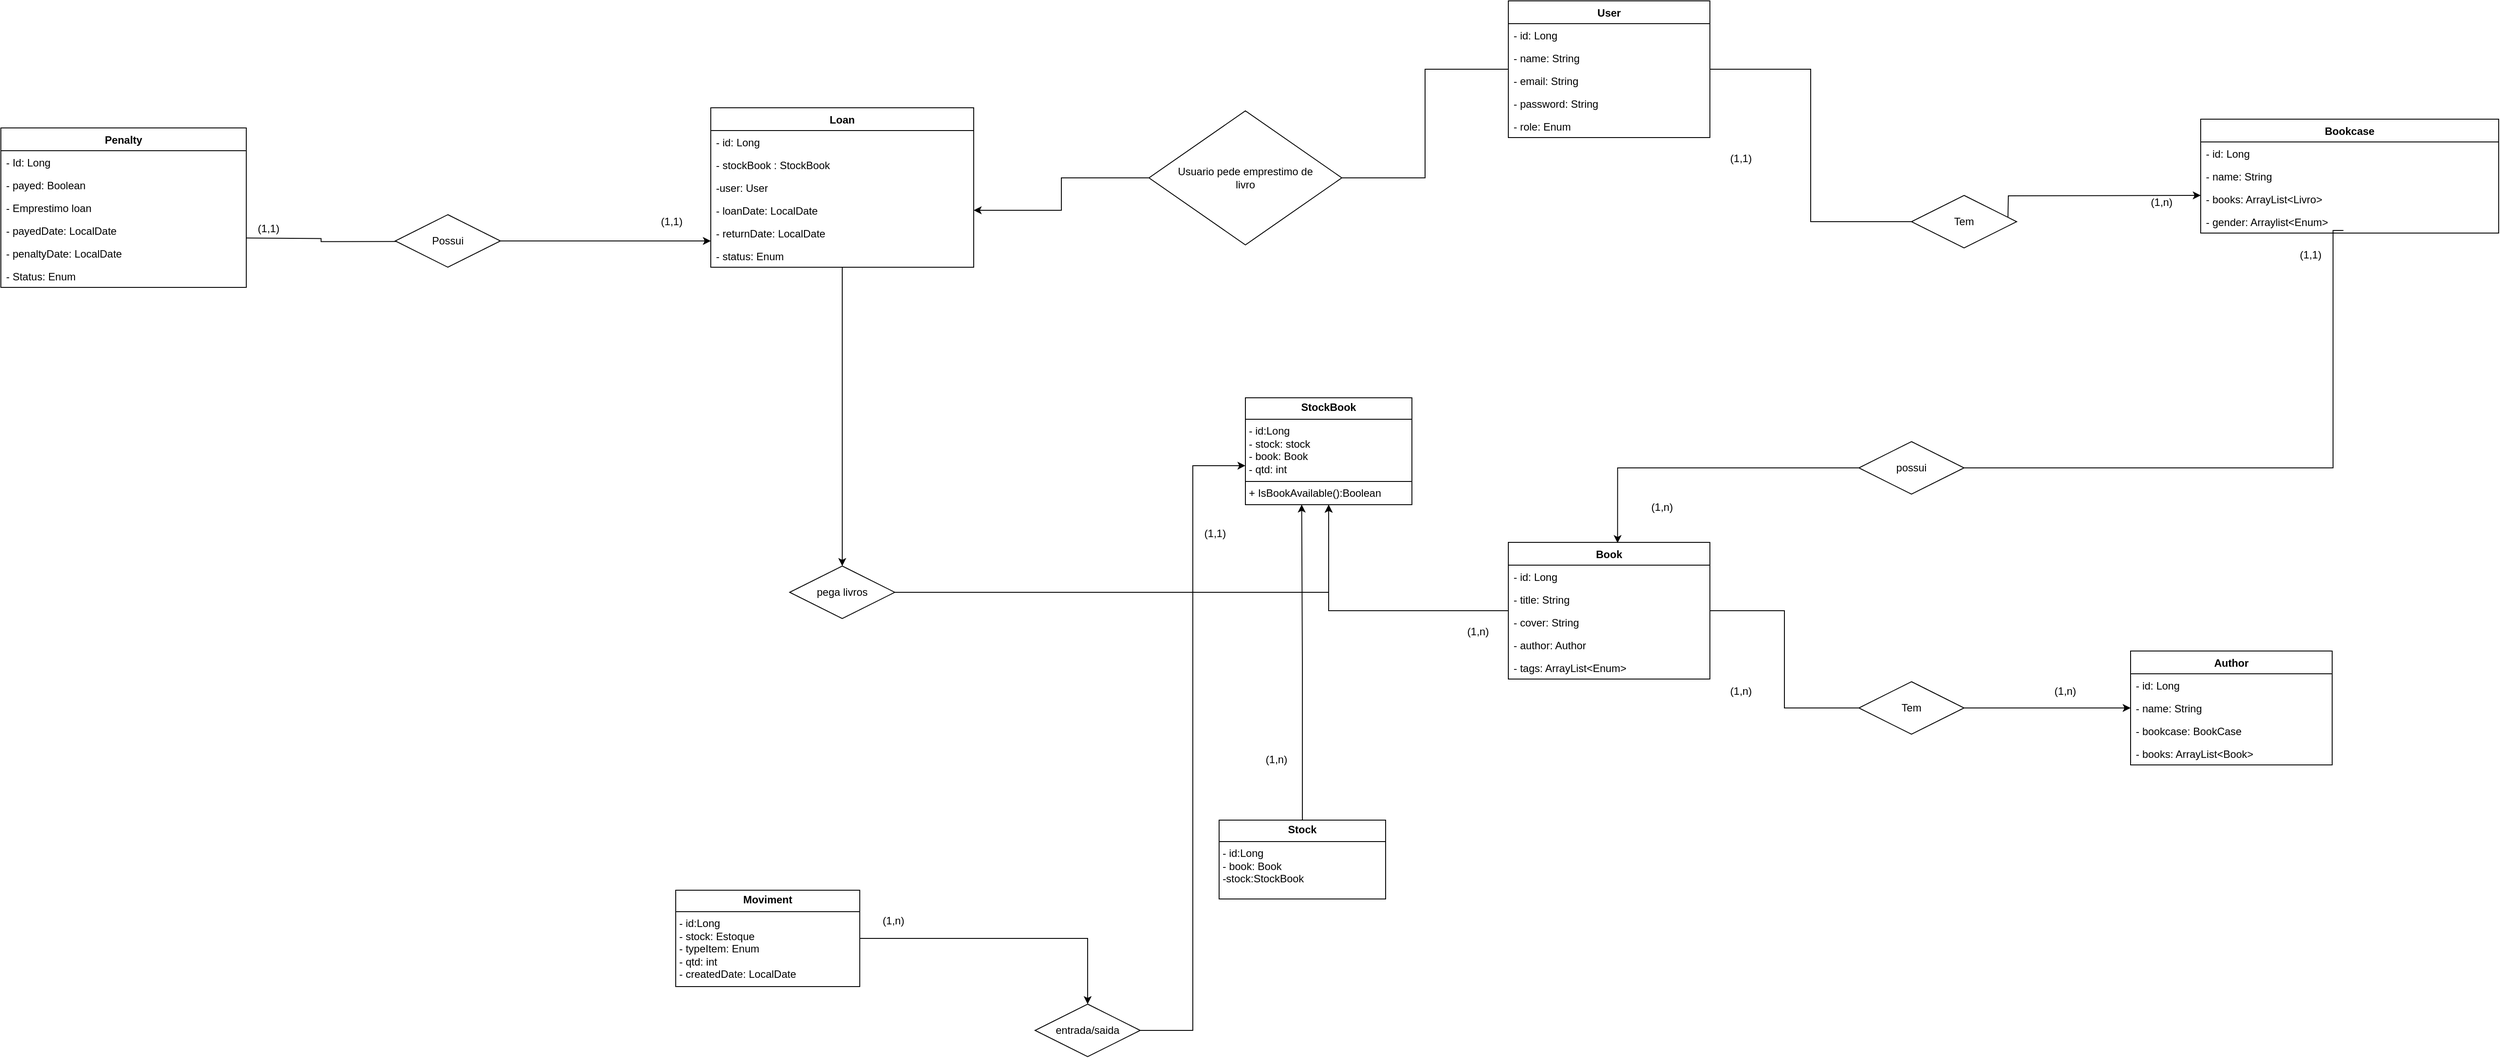
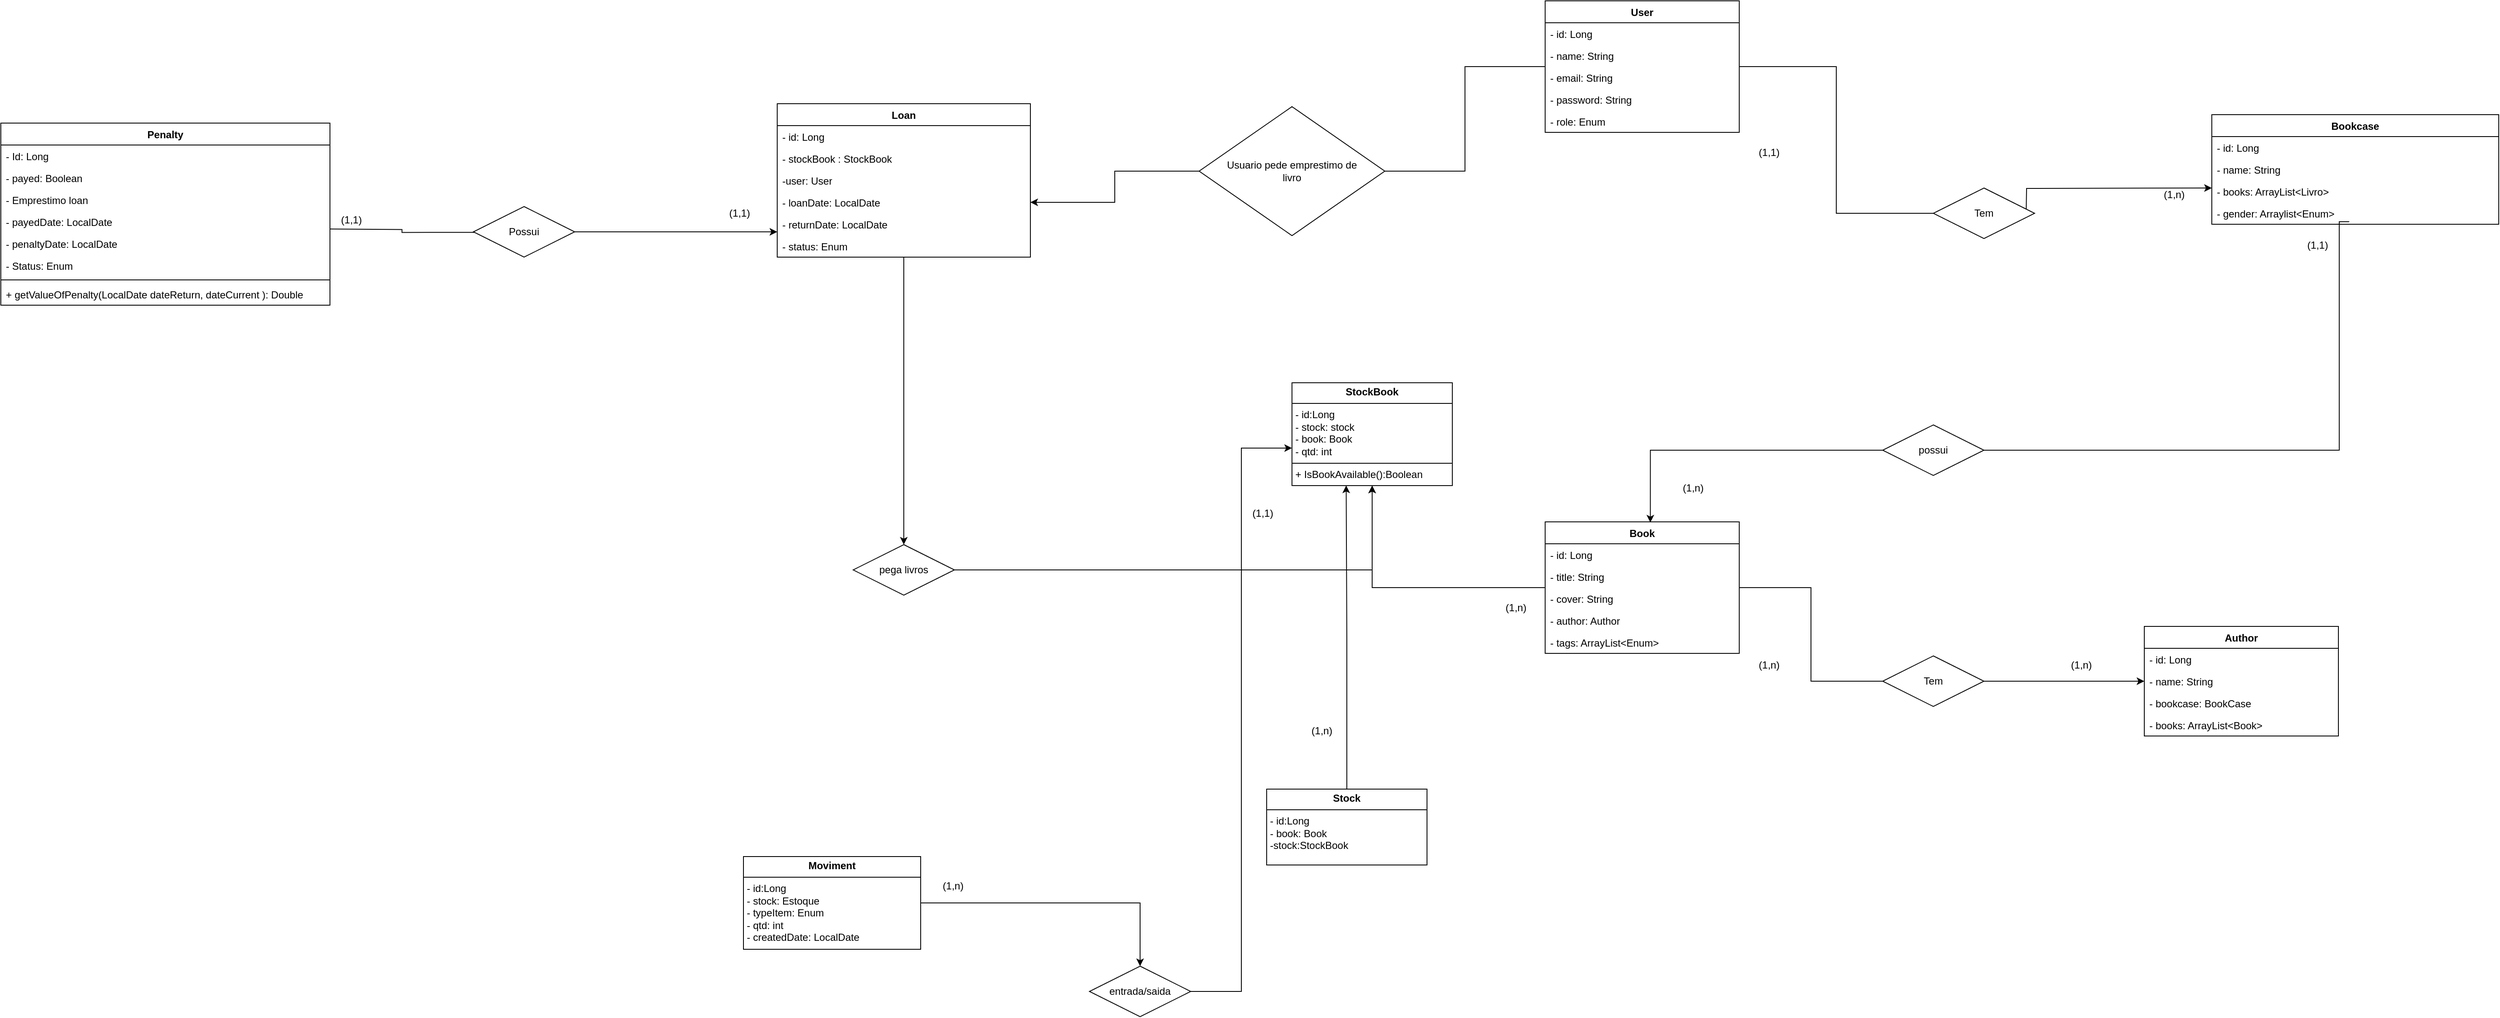
<mxfile host="Electron" agent="Mozilla/5.0 (X11; Linux x86_64) AppleWebKit/537.36 (KHTML, like Gecko) draw.io/28.2.5 Chrome/138.0.7204.251 Electron/37.6.1 Safari/537.36" version="28.2.5">
  <diagram name="Página-1" id="Kx7T9UcbU51RKCMPcttM">
-     <mxGraphModel dx="3733" dy="1780" grid="1" gridSize="10" guides="1" tooltips="1" connect="1" arrows="1" fold="1" page="1" pageScale="1" pageWidth="1169" pageHeight="827" math="0" shadow="0">
+     <mxGraphModel dx="2812" dy="1151" grid="1" gridSize="10" guides="1" tooltips="1" connect="1" arrows="1" fold="1" page="1" pageScale="1" pageWidth="1169" pageHeight="827" math="0" shadow="0">
      <root>
        <mxCell id="0" />
        <mxCell id="1" parent="0" />
        <mxCell id="uXCx0sb0L0lpM-7Oejf6-9" style="edgeStyle=orthogonalEdgeStyle;rounded=0;orthogonalLoop=1;jettySize=auto;html=1;endArrow=none;endFill=0;entryX=0;entryY=0.5;entryDx=0;entryDy=0;" parent="1" source="KmSjKLGz71K4W9qImJ2B-2" target="VC9RXPg_d_1Dh3A2mj1C-4" edge="1">
          <mxGeometry relative="1" as="geometry">
            <mxPoint x="640" y="-2.9999999999997726" as="targetPoint" />
          </mxGeometry>
        </mxCell>
        <mxCell id="VC9RXPg_d_1Dh3A2mj1C-3" style="edgeStyle=orthogonalEdgeStyle;rounded=0;orthogonalLoop=1;jettySize=auto;html=1;entryX=1;entryY=0.5;entryDx=0;entryDy=0;endArrow=none;endFill=0;" parent="1" source="KmSjKLGz71K4W9qImJ2B-2" target="VC9RXPg_d_1Dh3A2mj1C-1" edge="1">
          <mxGeometry relative="1" as="geometry" />
        </mxCell>
        <mxCell id="KmSjKLGz71K4W9qImJ2B-2" value="User" style="swimlane;fontStyle=1;align=center;verticalAlign=top;childLayout=stackLayout;horizontal=1;startSize=26;horizontalStack=0;resizeParent=1;resizeParentMax=0;resizeLast=0;collapsible=1;marginBottom=0;whiteSpace=wrap;html=1;" parent="1" vertex="1">
          <mxGeometry x="160" y="-255" width="230" height="156" as="geometry" />
        </mxCell>
        <mxCell id="KmSjKLGz71K4W9qImJ2B-3" value="- id: Long" style="text;strokeColor=none;fillColor=none;align=left;verticalAlign=top;spacingLeft=4;spacingRight=4;overflow=hidden;rotatable=0;points=[[0,0.5],[1,0.5]];portConstraint=eastwest;whiteSpace=wrap;html=1;" parent="KmSjKLGz71K4W9qImJ2B-2" vertex="1">
          <mxGeometry y="26" width="230" height="26" as="geometry" />
        </mxCell>
        <mxCell id="KmSjKLGz71K4W9qImJ2B-6" value="- name: String" style="text;strokeColor=none;fillColor=none;align=left;verticalAlign=top;spacingLeft=4;spacingRight=4;overflow=hidden;rotatable=0;points=[[0,0.5],[1,0.5]];portConstraint=eastwest;whiteSpace=wrap;html=1;" parent="KmSjKLGz71K4W9qImJ2B-2" vertex="1">
          <mxGeometry y="52" width="230" height="26" as="geometry" />
        </mxCell>
        <mxCell id="KmSjKLGz71K4W9qImJ2B-7" value="- email: String" style="text;strokeColor=none;fillColor=none;align=left;verticalAlign=top;spacingLeft=4;spacingRight=4;overflow=hidden;rotatable=0;points=[[0,0.5],[1,0.5]];portConstraint=eastwest;whiteSpace=wrap;html=1;" parent="KmSjKLGz71K4W9qImJ2B-2" vertex="1">
          <mxGeometry y="78" width="230" height="26" as="geometry" />
        </mxCell>
        <mxCell id="KmSjKLGz71K4W9qImJ2B-8" value="- password: String" style="text;strokeColor=none;fillColor=none;align=left;verticalAlign=top;spacingLeft=4;spacingRight=4;overflow=hidden;rotatable=0;points=[[0,0.5],[1,0.5]];portConstraint=eastwest;whiteSpace=wrap;html=1;" parent="KmSjKLGz71K4W9qImJ2B-2" vertex="1">
          <mxGeometry y="104" width="230" height="26" as="geometry" />
        </mxCell>
        <mxCell id="KmSjKLGz71K4W9qImJ2B-9" value="- role: Enum" style="text;strokeColor=none;fillColor=none;align=left;verticalAlign=top;spacingLeft=4;spacingRight=4;overflow=hidden;rotatable=0;points=[[0,0.5],[1,0.5]];portConstraint=eastwest;whiteSpace=wrap;html=1;" parent="KmSjKLGz71K4W9qImJ2B-2" vertex="1">
          <mxGeometry y="130" width="230" height="26" as="geometry" />
        </mxCell>
        <mxCell id="uXCx0sb0L0lpM-7Oejf6-8" style="edgeStyle=orthogonalEdgeStyle;rounded=0;orthogonalLoop=1;jettySize=auto;html=1;entryX=0;entryY=0.5;entryDx=0;entryDy=0;endArrow=none;endFill=0;" parent="1" source="KmSjKLGz71K4W9qImJ2B-35" target="VC9RXPg_d_1Dh3A2mj1C-8" edge="1">
          <mxGeometry relative="1" as="geometry">
            <mxPoint x="520" y="552" as="targetPoint" />
          </mxGeometry>
        </mxCell>
        <mxCell id="KmSjKLGz71K4W9qImJ2B-35" value="Book" style="swimlane;fontStyle=1;align=center;verticalAlign=top;childLayout=stackLayout;horizontal=1;startSize=26;horizontalStack=0;resizeParent=1;resizeParentMax=0;resizeLast=0;collapsible=1;marginBottom=0;whiteSpace=wrap;html=1;" parent="1" vertex="1">
          <mxGeometry x="160" y="363" width="230" height="156" as="geometry" />
        </mxCell>
        <mxCell id="KmSjKLGz71K4W9qImJ2B-36" value="- id: Long" style="text;strokeColor=none;fillColor=none;align=left;verticalAlign=top;spacingLeft=4;spacingRight=4;overflow=hidden;rotatable=0;points=[[0,0.5],[1,0.5]];portConstraint=eastwest;whiteSpace=wrap;html=1;" parent="KmSjKLGz71K4W9qImJ2B-35" vertex="1">
          <mxGeometry y="26" width="230" height="26" as="geometry" />
        </mxCell>
        <mxCell id="KmSjKLGz71K4W9qImJ2B-38" value="- title: String" style="text;strokeColor=none;fillColor=none;align=left;verticalAlign=top;spacingLeft=4;spacingRight=4;overflow=hidden;rotatable=0;points=[[0,0.5],[1,0.5]];portConstraint=eastwest;whiteSpace=wrap;html=1;" parent="KmSjKLGz71K4W9qImJ2B-35" vertex="1">
          <mxGeometry y="52" width="230" height="26" as="geometry" />
        </mxCell>
        <mxCell id="KmSjKLGz71K4W9qImJ2B-39" value="- cover: String" style="text;strokeColor=none;fillColor=none;align=left;verticalAlign=top;spacingLeft=4;spacingRight=4;overflow=hidden;rotatable=0;points=[[0,0.5],[1,0.5]];portConstraint=eastwest;whiteSpace=wrap;html=1;" parent="KmSjKLGz71K4W9qImJ2B-35" vertex="1">
          <mxGeometry y="78" width="230" height="26" as="geometry" />
        </mxCell>
        <mxCell id="KmSjKLGz71K4W9qImJ2B-40" value="- author: Author" style="text;strokeColor=none;fillColor=none;align=left;verticalAlign=top;spacingLeft=4;spacingRight=4;overflow=hidden;rotatable=0;points=[[0,0.5],[1,0.5]];portConstraint=eastwest;whiteSpace=wrap;html=1;" parent="KmSjKLGz71K4W9qImJ2B-35" vertex="1">
          <mxGeometry y="104" width="230" height="26" as="geometry" />
        </mxCell>
        <mxCell id="KmSjKLGz71K4W9qImJ2B-139" value="- tags: ArrayList&amp;lt;Enum&amp;gt;" style="text;strokeColor=none;fillColor=none;align=left;verticalAlign=top;spacingLeft=4;spacingRight=4;overflow=hidden;rotatable=0;points=[[0,0.5],[1,0.5]];portConstraint=eastwest;whiteSpace=wrap;html=1;" parent="KmSjKLGz71K4W9qImJ2B-35" vertex="1">
          <mxGeometry y="130" width="230" height="26" as="geometry" />
        </mxCell>
        <mxCell id="KmSjKLGz71K4W9qImJ2B-64" value="Author" style="swimlane;fontStyle=1;align=center;verticalAlign=top;childLayout=stackLayout;horizontal=1;startSize=26;horizontalStack=0;resizeParent=1;resizeParentMax=0;resizeLast=0;collapsible=1;marginBottom=0;whiteSpace=wrap;html=1;" parent="1" vertex="1">
          <mxGeometry x="870" y="487" width="230" height="130" as="geometry" />
        </mxCell>
        <mxCell id="KmSjKLGz71K4W9qImJ2B-65" value="- id: Long" style="text;strokeColor=none;fillColor=none;align=left;verticalAlign=top;spacingLeft=4;spacingRight=4;overflow=hidden;rotatable=0;points=[[0,0.5],[1,0.5]];portConstraint=eastwest;whiteSpace=wrap;html=1;" parent="KmSjKLGz71K4W9qImJ2B-64" vertex="1">
          <mxGeometry y="26" width="230" height="26" as="geometry" />
        </mxCell>
        <mxCell id="KmSjKLGz71K4W9qImJ2B-66" value="- name: String" style="text;strokeColor=none;fillColor=none;align=left;verticalAlign=top;spacingLeft=4;spacingRight=4;overflow=hidden;rotatable=0;points=[[0,0.5],[1,0.5]];portConstraint=eastwest;whiteSpace=wrap;html=1;" parent="KmSjKLGz71K4W9qImJ2B-64" vertex="1">
          <mxGeometry y="52" width="230" height="26" as="geometry" />
        </mxCell>
        <mxCell id="KmSjKLGz71K4W9qImJ2B-149" value="- bookcase: BookCase" style="text;strokeColor=none;fillColor=none;align=left;verticalAlign=top;spacingLeft=4;spacingRight=4;overflow=hidden;rotatable=0;points=[[0,0.5],[1,0.5]];portConstraint=eastwest;whiteSpace=wrap;html=1;" parent="KmSjKLGz71K4W9qImJ2B-64" vertex="1">
          <mxGeometry y="78" width="230" height="26" as="geometry" />
        </mxCell>
        <mxCell id="uXCx0sb0L0lpM-7Oejf6-3" value="- books: ArrayList&amp;lt;Book&amp;gt;" style="text;strokeColor=none;fillColor=none;align=left;verticalAlign=top;spacingLeft=4;spacingRight=4;overflow=hidden;rotatable=0;points=[[0,0.5],[1,0.5]];portConstraint=eastwest;whiteSpace=wrap;html=1;" parent="KmSjKLGz71K4W9qImJ2B-64" vertex="1">
          <mxGeometry y="104" width="230" height="26" as="geometry" />
        </mxCell>
        <mxCell id="PvHk8i297DR5AhSMIYYh-8" style="edgeStyle=orthogonalEdgeStyle;rounded=0;orthogonalLoop=1;jettySize=auto;html=1;" parent="1" source="KmSjKLGz71K4W9qImJ2B-80" target="PvHk8i297DR5AhSMIYYh-9" edge="1">
          <mxGeometry relative="1" as="geometry">
            <mxPoint x="-600" y="389.9999999999998" as="targetPoint" />
          </mxGeometry>
        </mxCell>
        <mxCell id="KmSjKLGz71K4W9qImJ2B-80" value="Loan" style="swimlane;fontStyle=1;align=center;verticalAlign=top;childLayout=stackLayout;horizontal=1;startSize=26;horizontalStack=0;resizeParent=1;resizeParentMax=0;resizeLast=0;collapsible=1;marginBottom=0;whiteSpace=wrap;html=1;" parent="1" vertex="1">
          <mxGeometry x="-750" y="-133" width="300" height="182" as="geometry" />
        </mxCell>
        <mxCell id="KmSjKLGz71K4W9qImJ2B-81" value="- id: Long" style="text;strokeColor=none;fillColor=none;align=left;verticalAlign=top;spacingLeft=4;spacingRight=4;overflow=hidden;rotatable=0;points=[[0,0.5],[1,0.5]];portConstraint=eastwest;whiteSpace=wrap;html=1;" parent="KmSjKLGz71K4W9qImJ2B-80" vertex="1">
          <mxGeometry y="26" width="300" height="26" as="geometry" />
        </mxCell>
        <mxCell id="KmSjKLGz71K4W9qImJ2B-82" value="- stockBook : StockBook" style="text;strokeColor=none;fillColor=none;align=left;verticalAlign=top;spacingLeft=4;spacingRight=4;overflow=hidden;rotatable=0;points=[[0,0.5],[1,0.5]];portConstraint=eastwest;whiteSpace=wrap;html=1;" parent="KmSjKLGz71K4W9qImJ2B-80" vertex="1">
          <mxGeometry y="52" width="300" height="26" as="geometry" />
        </mxCell>
        <mxCell id="uXCx0sb0L0lpM-7Oejf6-6" value="-user: User" style="text;strokeColor=none;fillColor=none;align=left;verticalAlign=top;spacingLeft=4;spacingRight=4;overflow=hidden;rotatable=0;points=[[0,0.5],[1,0.5]];portConstraint=eastwest;whiteSpace=wrap;html=1;" parent="KmSjKLGz71K4W9qImJ2B-80" vertex="1">
          <mxGeometry y="78" width="300" height="26" as="geometry" />
        </mxCell>
        <mxCell id="KmSjKLGz71K4W9qImJ2B-84" value="- loanDate: LocalDate" style="text;strokeColor=none;fillColor=none;align=left;verticalAlign=top;spacingLeft=4;spacingRight=4;overflow=hidden;rotatable=0;points=[[0,0.5],[1,0.5]];portConstraint=eastwest;whiteSpace=wrap;html=1;" parent="KmSjKLGz71K4W9qImJ2B-80" vertex="1">
          <mxGeometry y="104" width="300" height="26" as="geometry" />
        </mxCell>
        <mxCell id="uXCx0sb0L0lpM-7Oejf6-5" value="- returnDate: LocalDate" style="text;strokeColor=none;fillColor=none;align=left;verticalAlign=top;spacingLeft=4;spacingRight=4;overflow=hidden;rotatable=0;points=[[0,0.5],[1,0.5]];portConstraint=eastwest;whiteSpace=wrap;html=1;" parent="KmSjKLGz71K4W9qImJ2B-80" vertex="1">
          <mxGeometry y="130" width="300" height="26" as="geometry" />
        </mxCell>
        <mxCell id="VC9RXPg_d_1Dh3A2mj1C-10" value="- status: Enum" style="text;strokeColor=none;fillColor=none;align=left;verticalAlign=top;spacingLeft=4;spacingRight=4;overflow=hidden;rotatable=0;points=[[0,0.5],[1,0.5]];portConstraint=eastwest;whiteSpace=wrap;html=1;" parent="KmSjKLGz71K4W9qImJ2B-80" vertex="1">
          <mxGeometry y="156" width="300" height="26" as="geometry" />
        </mxCell>
        <mxCell id="KmSjKLGz71K4W9qImJ2B-99" style="edgeStyle=orthogonalEdgeStyle;rounded=0;orthogonalLoop=1;jettySize=auto;html=1;exitX=1;exitY=0.5;exitDx=0;exitDy=0;" parent="1" source="VC9RXPg_d_1Dh3A2mj1C-8" target="KmSjKLGz71K4W9qImJ2B-64" edge="1">
          <mxGeometry relative="1" as="geometry">
            <mxPoint x="640" y="552" as="sourcePoint" />
          </mxGeometry>
        </mxCell>
        <mxCell id="KmSjKLGz71K4W9qImJ2B-100" value="(1,n)" style="text;html=1;align=center;verticalAlign=middle;resizable=0;points=[];autosize=1;strokeColor=none;fillColor=none;" parent="1" vertex="1">
          <mxGeometry x="400" y="518" width="50" height="30" as="geometry" />
        </mxCell>
        <mxCell id="uXCx0sb0L0lpM-7Oejf6-14" style="edgeStyle=orthogonalEdgeStyle;rounded=0;orthogonalLoop=1;jettySize=auto;html=1;entryX=1;entryY=0.5;entryDx=0;entryDy=0;endArrow=none;endFill=0;startArrow=classic;startFill=1;" parent="1" edge="1">
          <mxGeometry relative="1" as="geometry">
            <mxPoint x="950" y="-33" as="sourcePoint" />
            <mxPoint x="730" y="-3" as="targetPoint" />
          </mxGeometry>
        </mxCell>
        <mxCell id="VC9RXPg_d_1Dh3A2mj1C-12" style="edgeStyle=orthogonalEdgeStyle;rounded=0;orthogonalLoop=1;jettySize=auto;html=1;entryX=1;entryY=0.5;entryDx=0;entryDy=0;exitX=0.479;exitY=0.885;exitDx=0;exitDy=0;exitPerimeter=0;endArrow=none;endFill=0;" parent="1" source="KmSjKLGz71K4W9qImJ2B-155" target="VC9RXPg_d_1Dh3A2mj1C-11" edge="1">
          <mxGeometry relative="1" as="geometry">
            <Array as="points">
              <mxPoint x="1101" y="7" />
              <mxPoint x="1101" y="278" />
            </Array>
            <mxPoint x="1101.3000000000002" y="102.93399999999997" as="sourcePoint" />
            <mxPoint x="714.97" y="278" as="targetPoint" />
          </mxGeometry>
        </mxCell>
        <mxCell id="KmSjKLGz71K4W9qImJ2B-123" value="Bookcase" style="swimlane;fontStyle=1;align=center;verticalAlign=top;childLayout=stackLayout;horizontal=1;startSize=26;horizontalStack=0;resizeParent=1;resizeParentMax=0;resizeLast=0;collapsible=1;marginBottom=0;whiteSpace=wrap;html=1;" parent="1" vertex="1">
          <mxGeometry x="950" y="-120" width="340" height="130" as="geometry" />
        </mxCell>
        <mxCell id="KmSjKLGz71K4W9qImJ2B-124" value="- id: Long" style="text;strokeColor=none;fillColor=none;align=left;verticalAlign=top;spacingLeft=4;spacingRight=4;overflow=hidden;rotatable=0;points=[[0,0.5],[1,0.5]];portConstraint=eastwest;whiteSpace=wrap;html=1;" parent="KmSjKLGz71K4W9qImJ2B-123" vertex="1">
          <mxGeometry y="26" width="340" height="26" as="geometry" />
        </mxCell>
        <mxCell id="KmSjKLGz71K4W9qImJ2B-125" value="- name: String" style="text;strokeColor=none;fillColor=none;align=left;verticalAlign=top;spacingLeft=4;spacingRight=4;overflow=hidden;rotatable=0;points=[[0,0.5],[1,0.5]];portConstraint=eastwest;whiteSpace=wrap;html=1;" parent="KmSjKLGz71K4W9qImJ2B-123" vertex="1">
          <mxGeometry y="52" width="340" height="26" as="geometry" />
        </mxCell>
        <mxCell id="KmSjKLGz71K4W9qImJ2B-126" value="- books: ArrayList&amp;lt;Livro&amp;gt;" style="text;strokeColor=none;fillColor=none;align=left;verticalAlign=top;spacingLeft=4;spacingRight=4;overflow=hidden;rotatable=0;points=[[0,0.5],[1,0.5]];portConstraint=eastwest;whiteSpace=wrap;html=1;" parent="KmSjKLGz71K4W9qImJ2B-123" vertex="1">
          <mxGeometry y="78" width="340" height="26" as="geometry" />
        </mxCell>
        <mxCell id="KmSjKLGz71K4W9qImJ2B-155" value="- gender: Arraylist&amp;lt;Enum&amp;gt;" style="text;strokeColor=none;fillColor=none;align=left;verticalAlign=top;spacingLeft=4;spacingRight=4;overflow=hidden;rotatable=0;points=[[0,0.5],[1,0.5]];portConstraint=eastwest;whiteSpace=wrap;html=1;" parent="KmSjKLGz71K4W9qImJ2B-123" vertex="1">
          <mxGeometry y="104" width="340" height="26" as="geometry" />
        </mxCell>
        <mxCell id="KmSjKLGz71K4W9qImJ2B-171" value="(1,1)" style="text;html=1;align=center;verticalAlign=middle;resizable=0;points=[];autosize=1;strokeColor=none;fillColor=none;" parent="1" vertex="1">
          <mxGeometry x="400" y="-90" width="50" height="30" as="geometry" />
        </mxCell>
        <mxCell id="KmSjKLGz71K4W9qImJ2B-172" value="(1,n)" style="text;html=1;align=center;verticalAlign=middle;resizable=0;points=[];autosize=1;strokeColor=none;fillColor=none;" parent="1" vertex="1">
          <mxGeometry x="880" y="-40" width="50" height="30" as="geometry" />
        </mxCell>
        <mxCell id="KmSjKLGz71K4W9qImJ2B-173" value="(1,n)" style="text;html=1;align=center;verticalAlign=middle;resizable=0;points=[];autosize=1;strokeColor=none;fillColor=none;" parent="1" vertex="1">
          <mxGeometry x="770" y="518" width="50" height="30" as="geometry" />
        </mxCell>
        <mxCell id="VC9RXPg_d_1Dh3A2mj1C-2" style="edgeStyle=orthogonalEdgeStyle;rounded=0;orthogonalLoop=1;jettySize=auto;html=1;entryX=1;entryY=0.5;entryDx=0;entryDy=0;" parent="1" source="VC9RXPg_d_1Dh3A2mj1C-1" target="KmSjKLGz71K4W9qImJ2B-84" edge="1">
          <mxGeometry relative="1" as="geometry" />
        </mxCell>
        <mxCell id="VC9RXPg_d_1Dh3A2mj1C-1" value="Usuario pede emprestimo de&lt;div&gt;livro&lt;/div&gt;" style="shape=rhombus;perimeter=rhombusPerimeter;whiteSpace=wrap;html=1;align=center;" parent="1" vertex="1">
          <mxGeometry x="-250" y="-129.5" width="220" height="153" as="geometry" />
        </mxCell>
        <mxCell id="VC9RXPg_d_1Dh3A2mj1C-4" value="Tem" style="shape=rhombus;perimeter=rhombusPerimeter;whiteSpace=wrap;html=1;align=center;" parent="1" vertex="1">
          <mxGeometry x="620" y="-33" width="120" height="60" as="geometry" />
        </mxCell>
        <mxCell id="VC9RXPg_d_1Dh3A2mj1C-8" value="Tem" style="shape=rhombus;perimeter=rhombusPerimeter;whiteSpace=wrap;html=1;align=center;" parent="1" vertex="1">
          <mxGeometry x="560" y="522" width="120" height="60" as="geometry" />
        </mxCell>
        <mxCell id="VC9RXPg_d_1Dh3A2mj1C-11" value="possui" style="shape=rhombus;perimeter=rhombusPerimeter;whiteSpace=wrap;html=1;align=center;" parent="1" vertex="1">
          <mxGeometry x="560" y="248" width="120" height="60" as="geometry" />
        </mxCell>
        <mxCell id="VC9RXPg_d_1Dh3A2mj1C-13" style="edgeStyle=orthogonalEdgeStyle;rounded=0;orthogonalLoop=1;jettySize=auto;html=1;entryX=0.542;entryY=0.005;entryDx=0;entryDy=0;entryPerimeter=0;" parent="1" source="VC9RXPg_d_1Dh3A2mj1C-11" target="KmSjKLGz71K4W9qImJ2B-35" edge="1">
          <mxGeometry relative="1" as="geometry" />
        </mxCell>
        <mxCell id="VC9RXPg_d_1Dh3A2mj1C-14" value="(1,1)" style="text;html=1;align=center;verticalAlign=middle;resizable=0;points=[];autosize=1;strokeColor=none;fillColor=none;" parent="1" vertex="1">
          <mxGeometry x="1050" y="20" width="50" height="30" as="geometry" />
        </mxCell>
        <mxCell id="VC9RXPg_d_1Dh3A2mj1C-15" value="(1,n)" style="text;html=1;align=center;verticalAlign=middle;resizable=0;points=[];autosize=1;strokeColor=none;fillColor=none;" parent="1" vertex="1">
          <mxGeometry x="310" y="308" width="50" height="30" as="geometry" />
        </mxCell>
        <mxCell id="VC9RXPg_d_1Dh3A2mj1C-20" value="&lt;p style=&quot;margin:0px;margin-top:4px;text-align:center;&quot;&gt;&lt;b&gt;Stock&lt;/b&gt;&lt;/p&gt;&lt;hr size=&quot;1&quot; style=&quot;border-style:solid;&quot;&gt;&lt;p style=&quot;margin:0px;margin-left:4px;&quot;&gt;- id:Long&lt;/p&gt;&lt;p style=&quot;margin:0px;margin-left:4px;&quot;&gt;- book: Book&lt;/p&gt;&lt;p style=&quot;margin:0px;margin-left:4px;&quot;&gt;-stock:StockBook&lt;/p&gt;&lt;p style=&quot;margin:0px;margin-left:4px;&quot;&gt;&lt;br&gt;&lt;/p&gt;" style="verticalAlign=top;align=left;overflow=fill;html=1;whiteSpace=wrap;" parent="1" vertex="1">
          <mxGeometry x="-170" y="680" width="190" height="90" as="geometry" />
        </mxCell>
        <mxCell id="-JATr5RUl8CMmcubA7B9-1" style="edgeStyle=orthogonalEdgeStyle;rounded=0;orthogonalLoop=1;jettySize=auto;html=1;entryX=0.025;entryY=0.511;entryDx=0;entryDy=0;entryPerimeter=0;endArrow=none;endFill=0;exitX=0.999;exitY=0.458;exitDx=0;exitDy=0;exitPerimeter=0;" parent="1" target="-JATr5RUl8CMmcubA7B9-2" edge="1">
          <mxGeometry relative="1" as="geometry">
            <mxPoint x="-1280.2799999999997" y="15.663999999999987" as="sourcePoint" />
            <mxPoint x="-1093.04" y="39.31000000000008" as="targetPoint" />
          </mxGeometry>
        </mxCell>
        <mxCell id="VC9RXPg_d_1Dh3A2mj1C-41" value="Penalty" style="swimlane;fontStyle=1;align=center;verticalAlign=top;childLayout=stackLayout;horizontal=1;startSize=26;horizontalStack=0;resizeParent=1;resizeParentMax=0;resizeLast=0;collapsible=1;marginBottom=0;whiteSpace=wrap;html=1;" parent="1" vertex="1">
-           <mxGeometry x="-1560" y="-110" width="280" height="182" as="geometry" />
+           <mxGeometry x="-1670" y="-110" width="390" height="216" as="geometry" />
        </mxCell>
        <mxCell id="VC9RXPg_d_1Dh3A2mj1C-42" value="- Id: Long" style="text;strokeColor=none;fillColor=none;align=left;verticalAlign=top;spacingLeft=4;spacingRight=4;overflow=hidden;rotatable=0;points=[[0,0.5],[1,0.5]];portConstraint=eastwest;whiteSpace=wrap;html=1;" parent="VC9RXPg_d_1Dh3A2mj1C-41" vertex="1">
-           <mxGeometry y="26" width="280" height="26" as="geometry" />
+           <mxGeometry y="26" width="390" height="26" as="geometry" />
        </mxCell>
        <mxCell id="VC9RXPg_d_1Dh3A2mj1C-47" value="- payed: Boolean" style="text;strokeColor=none;fillColor=none;align=left;verticalAlign=top;spacingLeft=4;spacingRight=4;overflow=hidden;rotatable=0;points=[[0,0.5],[1,0.5]];portConstraint=eastwest;whiteSpace=wrap;html=1;" parent="VC9RXPg_d_1Dh3A2mj1C-41" vertex="1">
-           <mxGeometry y="52" width="280" height="26" as="geometry" />
+           <mxGeometry y="52" width="390" height="26" as="geometry" />
        </mxCell>
        <mxCell id="VC9RXPg_d_1Dh3A2mj1C-51" value="- Emprestimo loan" style="text;strokeColor=none;fillColor=none;align=left;verticalAlign=top;spacingLeft=4;spacingRight=4;overflow=hidden;rotatable=0;points=[[0,0.5],[1,0.5]];portConstraint=eastwest;whiteSpace=wrap;html=1;" parent="VC9RXPg_d_1Dh3A2mj1C-41" vertex="1">
-           <mxGeometry y="78" width="280" height="26" as="geometry" />
+           <mxGeometry y="78" width="390" height="26" as="geometry" />
        </mxCell>
        <mxCell id="VC9RXPg_d_1Dh3A2mj1C-48" value="- payedDate: LocalDate" style="text;strokeColor=none;fillColor=none;align=left;verticalAlign=top;spacingLeft=4;spacingRight=4;overflow=hidden;rotatable=0;points=[[0,0.5],[1,0.5]];portConstraint=eastwest;whiteSpace=wrap;html=1;" parent="VC9RXPg_d_1Dh3A2mj1C-41" vertex="1">
-           <mxGeometry y="104" width="280" height="26" as="geometry" />
+           <mxGeometry y="104" width="390" height="26" as="geometry" />
        </mxCell>
        <mxCell id="dsXsR4ag7PACNrRJgRpK-23" value="- penaltyDate: LocalDate" style="text;strokeColor=none;fillColor=none;align=left;verticalAlign=top;spacingLeft=4;spacingRight=4;overflow=hidden;rotatable=0;points=[[0,0.5],[1,0.5]];portConstraint=eastwest;whiteSpace=wrap;html=1;" parent="VC9RXPg_d_1Dh3A2mj1C-41" vertex="1">
-           <mxGeometry y="130" width="280" height="26" as="geometry" />
+           <mxGeometry y="130" width="390" height="26" as="geometry" />
        </mxCell>
        <mxCell id="dsXsR4ag7PACNrRJgRpK-22" value="- Status: Enum" style="text;strokeColor=none;fillColor=none;align=left;verticalAlign=top;spacingLeft=4;spacingRight=4;overflow=hidden;rotatable=0;points=[[0,0.5],[1,0.5]];portConstraint=eastwest;whiteSpace=wrap;html=1;" parent="VC9RXPg_d_1Dh3A2mj1C-41" vertex="1">
-           <mxGeometry y="156" width="280" height="26" as="geometry" />
+           <mxGeometry y="156" width="390" height="26" as="geometry" />
+         </mxCell>
+         <mxCell id="6iNbJVJ5Qob1jbJwWPFE-8" value="" style="line;strokeWidth=1;fillColor=none;align=left;verticalAlign=middle;spacingTop=-1;spacingLeft=3;spacingRight=3;rotatable=0;labelPosition=right;points=[];portConstraint=eastwest;strokeColor=inherit;" vertex="1" parent="VC9RXPg_d_1Dh3A2mj1C-41">
+           <mxGeometry y="182" width="390" height="8" as="geometry" />
+         </mxCell>
+         <mxCell id="6iNbJVJ5Qob1jbJwWPFE-9" value="+ getValueOfPenalty(LocalDate dateReturn, dateCurrent ): Double" style="text;strokeColor=none;fillColor=none;align=left;verticalAlign=top;spacingLeft=4;spacingRight=4;overflow=hidden;rotatable=0;points=[[0,0.5],[1,0.5]];portConstraint=eastwest;whiteSpace=wrap;html=1;" vertex="1" parent="VC9RXPg_d_1Dh3A2mj1C-41">
+           <mxGeometry y="190" width="390" height="26" as="geometry" />
        </mxCell>
        <mxCell id="dsXsR4ag7PACNrRJgRpK-7" style="edgeStyle=orthogonalEdgeStyle;rounded=0;orthogonalLoop=1;jettySize=auto;html=1;" parent="1" source="dsXsR4ag7PACNrRJgRpK-1" target="dsXsR4ag7PACNrRJgRpK-8" edge="1">
          <mxGeometry relative="1" as="geometry">
            <mxPoint x="-250" y="870" as="targetPoint" />
          </mxGeometry>
        </mxCell>
        <mxCell id="dsXsR4ag7PACNrRJgRpK-1" value="&lt;p style=&quot;margin:0px;margin-top:4px;text-align:center;&quot;&gt;&lt;b&gt;Moviment&lt;/b&gt;&lt;/p&gt;&lt;hr size=&quot;1&quot; style=&quot;border-style:solid;&quot;&gt;&lt;p style=&quot;margin:0px;margin-left:4px;&quot;&gt;- id:Long&lt;/p&gt;&lt;p style=&quot;margin:0px;margin-left:4px;&quot;&gt;- stock: Estoque&lt;/p&gt;&lt;p style=&quot;margin:0px;margin-left:4px;&quot;&gt;- typeItem: Enum&lt;/p&gt;&lt;p style=&quot;margin:0px;margin-left:4px;&quot;&gt;- qtd: int&lt;/p&gt;&lt;p style=&quot;margin:0px;margin-left:4px;&quot;&gt;&lt;span style=&quot;background-color: transparent; color: light-dark(rgb(0, 0, 0), rgb(255, 255, 255));&quot;&gt;- createdDate: LocalDate&lt;/span&gt;&lt;/p&gt;&lt;p style=&quot;margin:0px;margin-left:4px;&quot;&gt;&lt;br&gt;&lt;/p&gt;&lt;p style=&quot;margin:0px;margin-left:4px;&quot;&gt;&lt;br&gt;&lt;/p&gt;" style="verticalAlign=top;align=left;overflow=fill;html=1;whiteSpace=wrap;" parent="1" vertex="1">
          <mxGeometry x="-790" y="760" width="210" height="110" as="geometry" />
        </mxCell>
        <mxCell id="2" style="edgeStyle=none;html=1;" parent="1" edge="1">
          <mxGeometry relative="1" as="geometry">
            <mxPoint x="-600" y="520" as="targetPoint" />
          </mxGeometry>
        </mxCell>
        <mxCell id="dsXsR4ag7PACNrRJgRpK-6" value="(1,n)" style="text;html=1;align=center;verticalAlign=middle;resizable=0;points=[];autosize=1;strokeColor=none;fillColor=none;" parent="1" vertex="1">
          <mxGeometry x="-567.5" y="780" width="50" height="30" as="geometry" />
        </mxCell>
        <mxCell id="dsXsR4ag7PACNrRJgRpK-8" value="entrada/saida" style="shape=rhombus;perimeter=rhombusPerimeter;whiteSpace=wrap;html=1;align=center;" parent="1" vertex="1">
          <mxGeometry x="-380" y="890" width="120" height="60" as="geometry" />
        </mxCell>
        <mxCell id="dsXsR4ag7PACNrRJgRpK-9" style="edgeStyle=orthogonalEdgeStyle;rounded=0;orthogonalLoop=1;jettySize=auto;html=1;entryX=0;entryY=0.635;entryDx=0;entryDy=0;entryPerimeter=0;" parent="1" source="dsXsR4ag7PACNrRJgRpK-8" target="PvHk8i297DR5AhSMIYYh-2" edge="1">
          <mxGeometry relative="1" as="geometry">
            <mxPoint x="-250" y="690" as="targetPoint" />
          </mxGeometry>
        </mxCell>
        <mxCell id="dsXsR4ag7PACNrRJgRpK-14" value="(1,1)" style="text;html=1;align=center;verticalAlign=middle;resizable=0;points=[];autosize=1;strokeColor=none;fillColor=none;" parent="1" vertex="1">
          <mxGeometry x="-200" y="338" width="50" height="30" as="geometry" />
        </mxCell>
        <mxCell id="-JATr5RUl8CMmcubA7B9-2" value="Possui" style="shape=rhombus;perimeter=rhombusPerimeter;whiteSpace=wrap;html=1;align=center;" parent="1" vertex="1">
          <mxGeometry x="-1110" y="-11" width="120" height="60" as="geometry" />
        </mxCell>
        <mxCell id="-JATr5RUl8CMmcubA7B9-3" style="edgeStyle=orthogonalEdgeStyle;rounded=0;orthogonalLoop=1;jettySize=auto;html=1;entryX=0;entryY=0.5;entryDx=0;entryDy=0;entryPerimeter=0;" parent="1" source="-JATr5RUl8CMmcubA7B9-2" edge="1">
          <mxGeometry relative="1" as="geometry">
            <mxPoint x="-750" y="19" as="targetPoint" />
          </mxGeometry>
        </mxCell>
        <mxCell id="-JATr5RUl8CMmcubA7B9-4" value="(1,1)" style="text;html=1;align=center;verticalAlign=middle;resizable=0;points=[];autosize=1;strokeColor=none;fillColor=none;" parent="1" vertex="1">
          <mxGeometry x="-1280" y="-10" width="50" height="30" as="geometry" />
        </mxCell>
        <mxCell id="-JATr5RUl8CMmcubA7B9-5" value="(1,1)" style="text;html=1;align=center;verticalAlign=middle;resizable=0;points=[];autosize=1;strokeColor=none;fillColor=none;" parent="1" vertex="1">
          <mxGeometry x="-820" y="-18" width="50" height="30" as="geometry" />
        </mxCell>
        <mxCell id="PvHk8i297DR5AhSMIYYh-2" value="&lt;p style=&quot;margin:0px;margin-top:4px;text-align:center;&quot;&gt;&lt;b&gt;StockBook&lt;/b&gt;&lt;/p&gt;&lt;hr size=&quot;1&quot; style=&quot;border-style:solid;&quot;&gt;&lt;p style=&quot;margin:0px;margin-left:4px;&quot;&gt;- id:Long&lt;/p&gt;&lt;p style=&quot;margin:0px;margin-left:4px;&quot;&gt;- stock: stock&lt;/p&gt;&lt;p style=&quot;margin:0px;margin-left:4px;&quot;&gt;- book: Book&lt;/p&gt;&lt;p style=&quot;margin:0px;margin-left:4px;&quot;&gt;- qtd: int&lt;/p&gt;&lt;hr size=&quot;1&quot; style=&quot;border-style:solid;&quot;&gt;&lt;p style=&quot;margin:0px;margin-left:4px;&quot;&gt;+ IsBookAvailable():Boolean&lt;br&gt;&lt;/p&gt;" style="verticalAlign=top;align=left;overflow=fill;html=1;whiteSpace=wrap;" parent="1" vertex="1">
          <mxGeometry x="-140" y="198" width="190" height="122" as="geometry" />
        </mxCell>
        <mxCell id="PvHk8i297DR5AhSMIYYh-3" style="edgeStyle=orthogonalEdgeStyle;rounded=0;orthogonalLoop=1;jettySize=auto;html=1;entryX=0.5;entryY=1;entryDx=0;entryDy=0;" parent="1" source="KmSjKLGz71K4W9qImJ2B-35" target="PvHk8i297DR5AhSMIYYh-2" edge="1">
          <mxGeometry relative="1" as="geometry">
            <mxPoint x="-10" y="420" as="targetPoint" />
          </mxGeometry>
        </mxCell>
        <mxCell id="PvHk8i297DR5AhSMIYYh-5" value="(1,n)" style="text;html=1;align=center;verticalAlign=middle;resizable=0;points=[];autosize=1;strokeColor=none;fillColor=none;" parent="1" vertex="1">
          <mxGeometry x="-130" y="596" width="50" height="30" as="geometry" />
        </mxCell>
        <mxCell id="PvHk8i297DR5AhSMIYYh-6" value="(1,n)" style="text;html=1;align=center;verticalAlign=middle;resizable=0;points=[];autosize=1;strokeColor=none;fillColor=none;" parent="1" vertex="1">
          <mxGeometry x="100" y="450" width="50" height="30" as="geometry" />
        </mxCell>
        <mxCell id="PvHk8i297DR5AhSMIYYh-7" style="edgeStyle=orthogonalEdgeStyle;rounded=0;orthogonalLoop=1;jettySize=auto;html=1;entryX=0.338;entryY=0.999;entryDx=0;entryDy=0;entryPerimeter=0;" parent="1" source="VC9RXPg_d_1Dh3A2mj1C-20" target="PvHk8i297DR5AhSMIYYh-2" edge="1">
          <mxGeometry relative="1" as="geometry" />
        </mxCell>
        <mxCell id="PvHk8i297DR5AhSMIYYh-10" style="edgeStyle=orthogonalEdgeStyle;rounded=0;orthogonalLoop=1;jettySize=auto;html=1;" parent="1" source="PvHk8i297DR5AhSMIYYh-9" target="PvHk8i297DR5AhSMIYYh-2" edge="1">
          <mxGeometry relative="1" as="geometry" />
        </mxCell>
        <mxCell id="PvHk8i297DR5AhSMIYYh-9" value="pega livros" style="shape=rhombus;perimeter=rhombusPerimeter;whiteSpace=wrap;html=1;align=center;" parent="1" vertex="1">
          <mxGeometry x="-660" y="390" width="120" height="60" as="geometry" />
        </mxCell>
      </root>
    </mxGraphModel>
  </diagram>
</mxfile>
